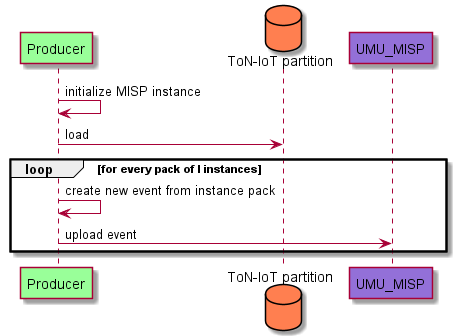
Before: images/seq_diagram_producer.png, a diagram exported from PlantUML (pablofs20/UMU-MISP-FL). The source it was exported from:
```plantuml
@startuml

participant Producer #99FF99
database "ToN-IoT partition" as ToNIoT #Coral
participant UMU_MISP #MediumPurple

Producer->Producer: initialize MISP instance

Producer->ToNIoT: load

loop for every pack of I instances
    Producer->Producer: create new event from instance pack
    Producer->UMU_MISP: upload event
end

@enduml
```
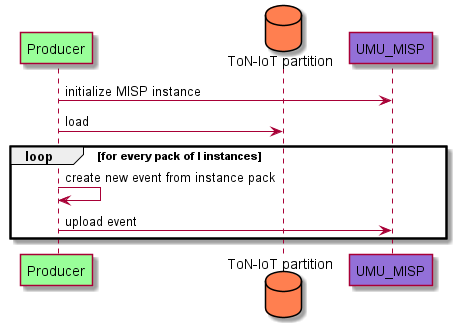
Above is the later version.

Commit message:
modified readme sequence diagrams

What changed in the source:
```diff
@@ -4,7 +4,7 @@
 database "ToN-IoT partition" as ToNIoT #Coral
 participant UMU_MISP #MediumPurple
 
-Producer->Producer: initialize MISP instance
+Producer->UMU_MISP: initialize MISP instance
 
 Producer->ToNIoT: load
 
```
